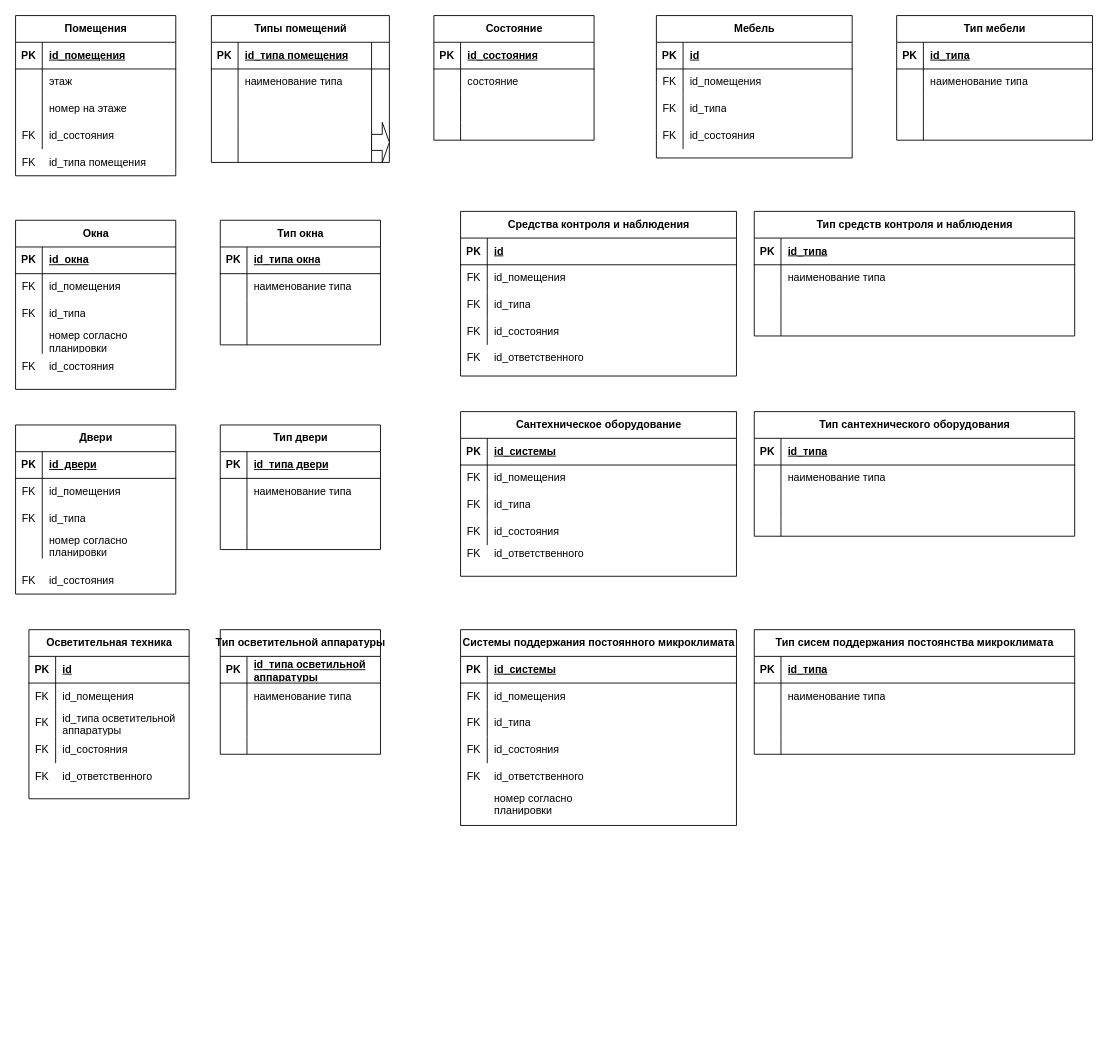
Earlier version of the draw.io diagram page "Страница 1" (1 of 3) of Museum_DB.drawio (alexolhovskiy/BD_diagramma). Source tidied: cells renumbered, new cells numbered last; positions are measured from the earlier drawing's top-left corner, leaving out a move shared by most shapes. Both pictures are drawn from the tidied source at 89%, with x=0, y=0 at pixel (15, 15).
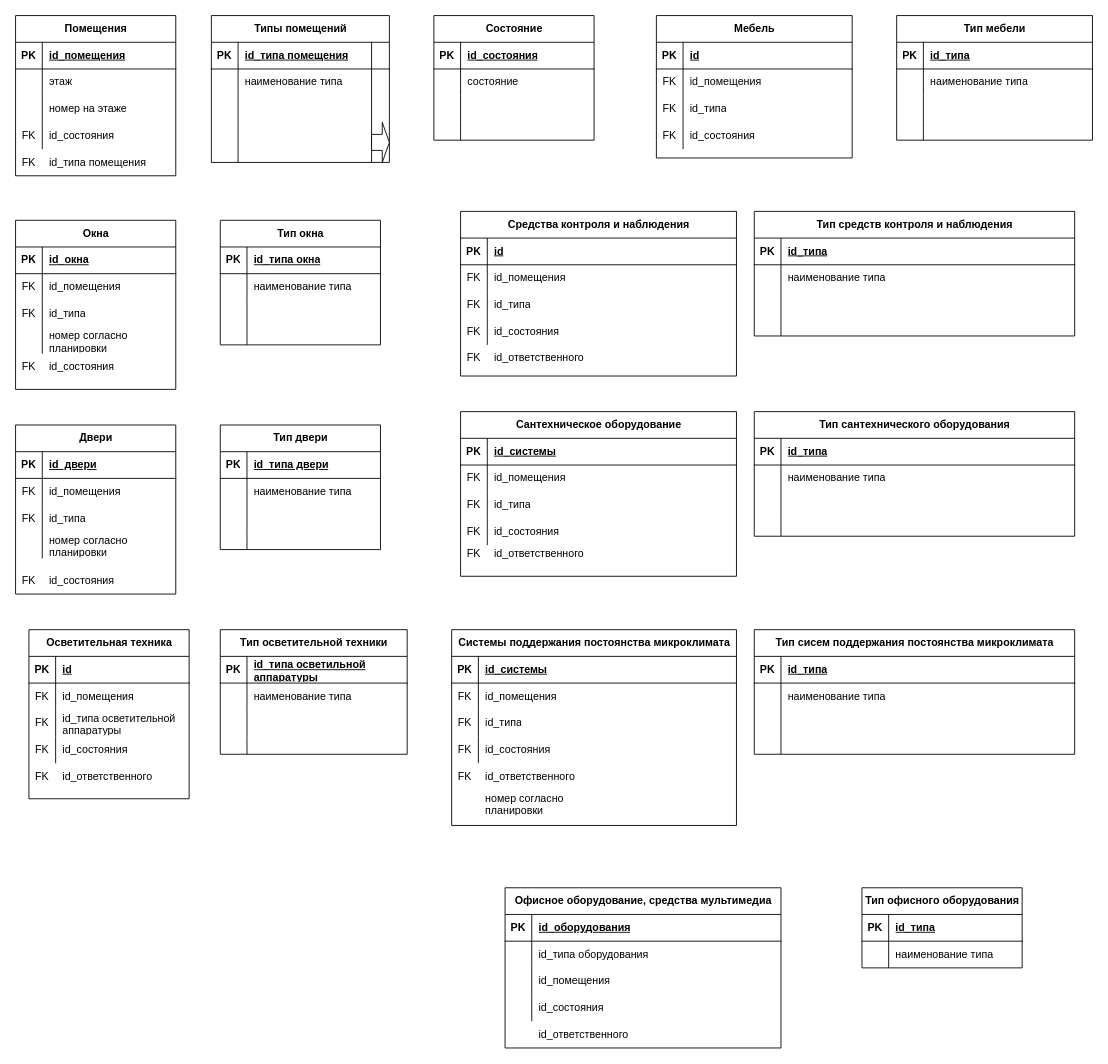
The same page after the edit.

Unchanged cells that the change refers to:
```xml
<mxCell id="173" style="group;" parent="1" vertex="1">
  <mxGeometry x="500" y="690" width="310" height="220" as="geometry" />
</mxCell>
```

Diff of the diagram source:
```diff
@@
-    <mxCell id="101" value="Тип осветительной аппаратуры" style="shape=table;startSize=30;childLayout=tableLayout;rowLines=0;fontStyle=1;align=center;html=1;" parent="1" vertex="1">
-      <mxGeometry x="230" y="690" width="180" height="140" as="geometry" />
+    <mxCell id="101" value="Тип осветительной техники" style="shape=table;startSize=30;childLayout=tableLayout;rowLines=0;fontStyle=1;align=center;html=1;" parent="1" vertex="1">
+      <mxGeometry x="230" y="690" width="210" height="140" as="geometry" />
     </mxCell>
     <mxCell id="102" style="shape=tableRow;horizontal=0;startSize=0;swimlaneHead=0;swimlaneBody=0;fillColor=none;top=0;left=0;right=0;bottom=1;" parent="101" vertex="1">
-      <mxGeometry y="30" width="180" height="30" as="geometry" />
+      <mxGeometry y="30" width="210" height="30" as="geometry" />
     </mxCell>
@@
     <mxCell id="104" value="id_типа осветильной аппаратуры" style="shape=partialRectangle;fillColor=none;top=0;left=0;bottom=0;right=0;align=left;spacingLeft=6;fontStyle=5;overflow=hidden;whiteSpace=wrap;html=1;" parent="102" vertex="1">
-      <mxGeometry x="30" width="150" height="30" as="geometry" />
+      <mxGeometry x="30" width="180" height="30" as="geometry" />
     </mxCell>
     <mxCell id="105" style="shape=tableRow;horizontal=0;startSize=0;swimlaneHead=0;swimlaneBody=0;fillColor=none;top=0;left=0;right=0;bottom=0;" parent="101" vertex="1">
-      <mxGeometry y="60" width="180" height="30" as="geometry" />
+      <mxGeometry y="60" width="210" height="30" as="geometry" />
     </mxCell>
@@
     <mxCell id="107" value="наименование типа" style="shape=partialRectangle;fillColor=none;top=0;left=0;bottom=0;right=0;align=left;spacingLeft=6;overflow=hidden;whiteSpace=wrap;html=1;" parent="105" vertex="1">
-      <mxGeometry x="30" width="150" height="30" as="geometry" />
+      <mxGeometry x="30" width="180" height="30" as="geometry" />
     </mxCell>
     <mxCell id="108" style="shape=tableRow;horizontal=0;startSize=0;swimlaneHead=0;swimlaneBody=0;fillColor=none;top=0;left=0;right=0;bottom=0;" parent="101" vertex="1">
-      <mxGeometry y="90" width="180" height="30" as="geometry" />
+      <mxGeometry y="90" width="210" height="30" as="geometry" />
     </mxCell>
@@
     <mxCell id="110" style="shape=partialRectangle;fillColor=none;top=0;left=0;bottom=0;right=0;align=left;spacingLeft=6;overflow=hidden;whiteSpace=wrap;html=1;" parent="108" vertex="1">
-      <mxGeometry x="30" width="150" height="30" as="geometry" />
+      <mxGeometry x="30" width="180" height="30" as="geometry" />
     </mxCell>
     <mxCell id="111" style="shape=tableRow;horizontal=0;startSize=0;swimlaneHead=0;swimlaneBody=0;fillColor=none;top=0;left=0;right=0;bottom=0;" parent="101" vertex="1">
-      <mxGeometry y="120" width="180" height="20" as="geometry" />
+      <mxGeometry y="120" width="210" height="20" as="geometry" />
     </mxCell>
@@
     <mxCell id="113" style="shape=partialRectangle;fillColor=none;top=0;left=0;bottom=0;right=0;align=left;spacingLeft=6;overflow=hidden;whiteSpace=wrap;html=1;" parent="111" vertex="1">
-      <mxGeometry x="30" width="150" height="20" as="geometry" />
+      <mxGeometry x="30" width="180" height="20" as="geometry" />
     </mxCell>
@@
+    <mxCell id="247" style="group;" parent="173" vertex="1">
+      <mxGeometry x="-10" width="320" height="220" as="geometry" />
+    </mxCell>
-    <mxCell id="174" value="Системы поддержания постоянного микроклимата" style="shape=table;startSize=30;childLayout=tableLayout;rowLines=0;fontStyle=1;align=center;html=1;" parent="173" vertex="1">
-      <mxGeometry width="310" height="220" as="geometry" />
+    <mxCell id="174" value="Системы поддержания постоянства микроклимата" style="shape=table;startSize=30;childLayout=tableLayout;rowLines=0;fontStyle=1;align=center;html=1;" parent="247" vertex="1">
+      <mxGeometry width="320" height="220" as="geometry" />
     </mxCell>
     <mxCell id="175" style="shape=tableRow;horizontal=0;startSize=0;swimlaneHead=0;swimlaneBody=0;fillColor=none;top=0;left=0;right=0;bottom=1;" parent="174" vertex="1">
-      <mxGeometry y="30" width="310" height="30" as="geometry" />
+      <mxGeometry y="30" width="320" height="30" as="geometry" />
     </mxCell>
@@
     <mxCell id="177" value="id_системы" style="shape=partialRectangle;fillColor=none;top=0;left=0;bottom=0;right=0;align=left;spacingLeft=6;fontStyle=5;overflow=hidden;whiteSpace=wrap;html=1;" parent="175" vertex="1">
-      <mxGeometry x="30" width="280" height="30" as="geometry" />
+      <mxGeometry x="30" width="290" height="30" as="geometry" />
     </mxCell>
     <mxCell id="178" style="shape=tableRow;horizontal=0;startSize=0;swimlaneHead=0;swimlaneBody=0;fillColor=none;top=0;left=0;right=0;bottom=0;" parent="174" vertex="1">
-      <mxGeometry y="60" width="310" height="30" as="geometry" />
+      <mxGeometry y="60" width="320" height="30" as="geometry" />
     </mxCell>
@@
     <mxCell id="180" value="id_помещения" style="shape=partialRectangle;fillColor=none;top=0;left=0;bottom=0;right=0;align=left;spacingLeft=6;overflow=hidden;whiteSpace=wrap;html=1;" parent="178" vertex="1">
-      <mxGeometry x="30" width="280" height="30" as="geometry" />
+      <mxGeometry x="30" width="290" height="30" as="geometry" />
     </mxCell>
     <mxCell id="181" style="shape=tableRow;horizontal=0;startSize=0;swimlaneHead=0;swimlaneBody=0;fillColor=none;top=0;left=0;right=0;bottom=0;" parent="174" vertex="1">
-      <mxGeometry y="90" width="310" height="30" as="geometry" />
+      <mxGeometry y="90" width="320" height="30" as="geometry" />
     </mxCell>
@@
     <mxCell id="183" value="&lt;div&gt;id_типа &lt;br&gt;&lt;/div&gt;" style="shape=partialRectangle;fillColor=none;top=0;left=0;bottom=0;right=0;align=left;spacingLeft=6;overflow=hidden;whiteSpace=wrap;html=1;" parent="181" vertex="1">
-      <mxGeometry x="30" width="280" height="30" as="geometry" />
+      <mxGeometry x="30" width="290" height="30" as="geometry" />
     </mxCell>
     <mxCell id="184" style="shape=tableRow;horizontal=0;startSize=0;swimlaneHead=0;swimlaneBody=0;fillColor=none;top=0;left=0;right=0;bottom=0;" parent="174" vertex="1">
-      <mxGeometry y="120" width="310" height="30" as="geometry" />
+      <mxGeometry y="120" width="320" height="30" as="geometry" />
     </mxCell>
@@
     <mxCell id="186" value="id_состояния" style="shape=partialRectangle;fillColor=none;top=0;left=0;bottom=0;right=0;align=left;spacingLeft=6;overflow=hidden;whiteSpace=wrap;html=1;" parent="184" vertex="1">
-      <mxGeometry x="30" width="280" height="30" as="geometry" />
+      <mxGeometry x="30" width="290" height="30" as="geometry" />
     </mxCell>
-    <mxCell id="187" value="id_ответственного" style="shape=partialRectangle;fillColor=none;top=0;left=0;bottom=0;right=0;align=left;spacingLeft=6;overflow=hidden;whiteSpace=wrap;html=1;" parent="173" vertex="1">
+    <mxCell id="187" value="id_ответственного" style="shape=partialRectangle;fillColor=none;top=0;left=0;bottom=0;right=0;align=left;spacingLeft=6;overflow=hidden;whiteSpace=wrap;html=1;" parent="247" vertex="1">
       <mxGeometry x="30" y="150" width="150" height="30" as="geometry" />
     </mxCell>
-    <mxCell id="188" value="номер согласно планировки" style="shape=partialRectangle;fillColor=none;top=0;left=0;bottom=0;right=0;align=left;spacingLeft=6;overflow=hidden;whiteSpace=wrap;html=1;" parent="173" vertex="1">
+    <mxCell id="188" value="номер согласно планировки" style="shape=partialRectangle;fillColor=none;top=0;left=0;bottom=0;right=0;align=left;spacingLeft=6;overflow=hidden;whiteSpace=wrap;html=1;" parent="247" vertex="1">
       <mxGeometry x="30" y="180" width="150" height="30" as="geometry" />
     </mxCell>
-    <mxCell id="189" value="FK" style="shape=partialRectangle;fillColor=none;top=0;left=0;bottom=0;right=0;overflow=hidden;whiteSpace=wrap;html=1;" parent="173" vertex="1">
+    <mxCell id="189" value="FK" style="shape=partialRectangle;fillColor=none;top=0;left=0;bottom=0;right=0;overflow=hidden;whiteSpace=wrap;html=1;" parent="247" vertex="1">
       <mxGeometry y="150" width="30" height="30" as="geometry" />
     </mxCell>
@@
+    <mxCell id="248" value="Офисное оборудование, средства мультимедиа" style="shape=table;startSize=30;childLayout=tableLayout;rowLines=0;fontStyle=1;align=center;html=1;" parent="1" vertex="1">
+      <mxGeometry x="550" y="980" width="310" height="180" as="geometry" />
+    </mxCell>
+    <mxCell id="249" style="shape=tableRow;horizontal=0;startSize=0;swimlaneHead=0;swimlaneBody=0;fillColor=none;top=0;left=0;right=0;bottom=1;" parent="248" vertex="1">
+      <mxGeometry y="30" width="310" height="30" as="geometry" />
+    </mxCell>
+    <mxCell id="250" value="PK" style="shape=partialRectangle;fillColor=none;top=0;left=0;bottom=0;right=0;fontStyle=1;overflow=hidden;whiteSpace=wrap;html=1;" parent="249" vertex="1">
+      <mxGeometry width="30" height="30" as="geometry" />
+    </mxCell>
+    <mxCell id="251" value="id_оборудования" style="shape=partialRectangle;fillColor=none;top=0;left=0;bottom=0;right=0;align=left;spacingLeft=6;fontStyle=5;overflow=hidden;whiteSpace=wrap;html=1;" parent="249" vertex="1">
+      <mxGeometry x="30" width="280" height="30" as="geometry" />
+    </mxCell>
+    <mxCell id="252" style="shape=tableRow;horizontal=0;startSize=0;swimlaneHead=0;swimlaneBody=0;fillColor=none;top=0;left=0;right=0;bottom=0;" parent="248" vertex="1">
+      <mxGeometry y="60" width="310" height="30" as="geometry" />
+    </mxCell>
+    <mxCell id="253" style="shape=partialRectangle;fillColor=none;top=0;left=0;bottom=0;right=0;overflow=hidden;whiteSpace=wrap;html=1;" parent="252" vertex="1">
+      <mxGeometry width="30" height="30" as="geometry" />
+    </mxCell>
+    <mxCell id="254" value="id_типа оборудования" style="shape=partialRectangle;fillColor=none;top=0;left=0;bottom=0;right=0;align=left;spacingLeft=6;overflow=hidden;whiteSpace=wrap;html=1;" parent="252" vertex="1">
+      <mxGeometry x="30" width="280" height="30" as="geometry" />
+    </mxCell>
+    <mxCell id="255" style="shape=tableRow;horizontal=0;startSize=0;swimlaneHead=0;swimlaneBody=0;fillColor=none;top=0;left=0;right=0;bottom=0;" parent="248" vertex="1">
+      <mxGeometry y="90" width="310" height="30" as="geometry" />
+    </mxCell>
+    <mxCell id="256" style="shape=partialRectangle;fillColor=none;top=0;left=0;bottom=0;right=0;overflow=hidden;whiteSpace=wrap;html=1;" parent="255" vertex="1">
+      <mxGeometry width="30" height="30" as="geometry" />
+    </mxCell>
+    <mxCell id="257" value="id_помещения" style="shape=partialRectangle;fillColor=none;top=0;left=0;bottom=0;right=0;align=left;spacingLeft=6;overflow=hidden;whiteSpace=wrap;html=1;" parent="255" vertex="1">
+      <mxGeometry x="30" width="280" height="30" as="geometry" />
+    </mxCell>
+    <mxCell id="258" style="shape=tableRow;horizontal=0;startSize=0;swimlaneHead=0;swimlaneBody=0;fillColor=none;top=0;left=0;right=0;bottom=0;" parent="248" vertex="1">
+      <mxGeometry y="120" width="310" height="30" as="geometry" />
+    </mxCell>
+    <mxCell id="259" style="shape=partialRectangle;fillColor=none;top=0;left=0;bottom=0;right=0;overflow=hidden;whiteSpace=wrap;html=1;" parent="258" vertex="1">
+      <mxGeometry width="30" height="30" as="geometry" />
+    </mxCell>
+    <mxCell id="260" value="id_состояния" style="shape=partialRectangle;fillColor=none;top=0;left=0;bottom=0;right=0;align=left;spacingLeft=6;overflow=hidden;whiteSpace=wrap;html=1;" parent="258" vertex="1">
+      <mxGeometry x="30" width="280" height="30" as="geometry" />
+    </mxCell>
+    <mxCell id="261" style="shape=tableRow;horizontal=0;startSize=0;swimlaneHead=0;swimlaneBody=0;fillColor=none;top=0;left=0;right=0;bottom=0;" parent="1" vertex="1">
+      <mxGeometry x="550" y="1130" width="310" height="30" as="geometry" />
+    </mxCell>
+    <mxCell id="262" style="shape=partialRectangle;fillColor=none;top=0;left=0;bottom=0;right=0;overflow=hidden;whiteSpace=wrap;html=1;" parent="261" vertex="1">
+      <mxGeometry width="30" height="30" as="geometry" />
+    </mxCell>
+    <mxCell id="263" value="id_ответственного" style="shape=partialRectangle;fillColor=none;top=0;left=0;bottom=0;right=0;align=left;spacingLeft=6;overflow=hidden;whiteSpace=wrap;html=1;" parent="261" vertex="1">
+      <mxGeometry x="30" width="280" height="30" as="geometry" />
+    </mxCell>
+    <mxCell id="264" value="Тип офисного оборудования" style="shape=table;startSize=30;childLayout=tableLayout;rowLines=0;fontStyle=1;align=center;html=1;" parent="1" vertex="1">
+      <mxGeometry x="951" y="980" width="180" height="90" as="geometry" />
+    </mxCell>
+    <mxCell id="265" style="shape=tableRow;horizontal=0;startSize=0;swimlaneHead=0;swimlaneBody=0;fillColor=none;top=0;left=0;right=0;bottom=1;" parent="264" vertex="1">
+      <mxGeometry y="30" width="180" height="30" as="geometry" />
+    </mxCell>
+    <mxCell id="266" value="PK" style="shape=partialRectangle;fillColor=none;top=0;left=0;bottom=0;right=0;fontStyle=1;overflow=hidden;whiteSpace=wrap;html=1;" parent="265" vertex="1">
+      <mxGeometry width="30" height="30" as="geometry" />
+    </mxCell>
+    <mxCell id="267" value="id_типа" style="shape=partialRectangle;fillColor=none;top=0;left=0;bottom=0;right=0;align=left;spacingLeft=6;fontStyle=5;overflow=hidden;whiteSpace=wrap;html=1;" parent="265" vertex="1">
+      <mxGeometry x="30" width="150" height="30" as="geometry" />
+    </mxCell>
+    <mxCell id="268" style="shape=tableRow;horizontal=0;startSize=0;swimlaneHead=0;swimlaneBody=0;fillColor=none;top=0;left=0;right=0;bottom=0;" parent="264" vertex="1">
+      <mxGeometry y="60" width="180" height="30" as="geometry" />
+    </mxCell>
+    <mxCell id="269" style="shape=partialRectangle;fillColor=none;top=0;left=0;bottom=0;right=0;overflow=hidden;whiteSpace=wrap;html=1;" parent="268" vertex="1">
+      <mxGeometry width="30" height="30" as="geometry" />
+    </mxCell>
+    <mxCell id="270" value="наименование типа" style="shape=partialRectangle;fillColor=none;top=0;left=0;bottom=0;right=0;align=left;spacingLeft=6;overflow=hidden;whiteSpace=wrap;html=1;" parent="268" vertex="1">
+      <mxGeometry x="30" width="150" height="30" as="geometry" />
+    </mxCell>
```
